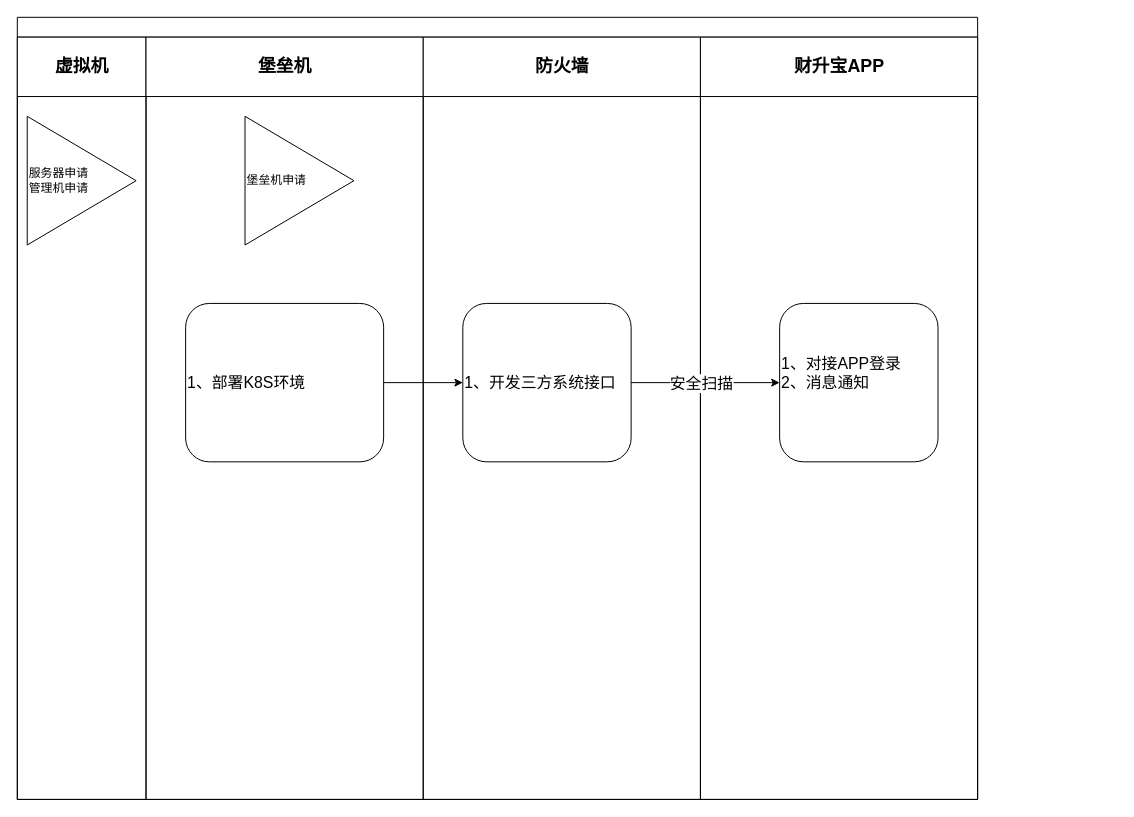
Before: 未命名绘图.drawio in sunpeiyu/testsunpy, a draw.io diagram. Source tidied: cells renumbered, new cells numbered last; positions are measured from the earlier drawing's top-left corner, leaving out a move shared by most shapes. Both pictures are drawn from the tidied source at 99%, with x=0, y=0 at pixel (17, 17).
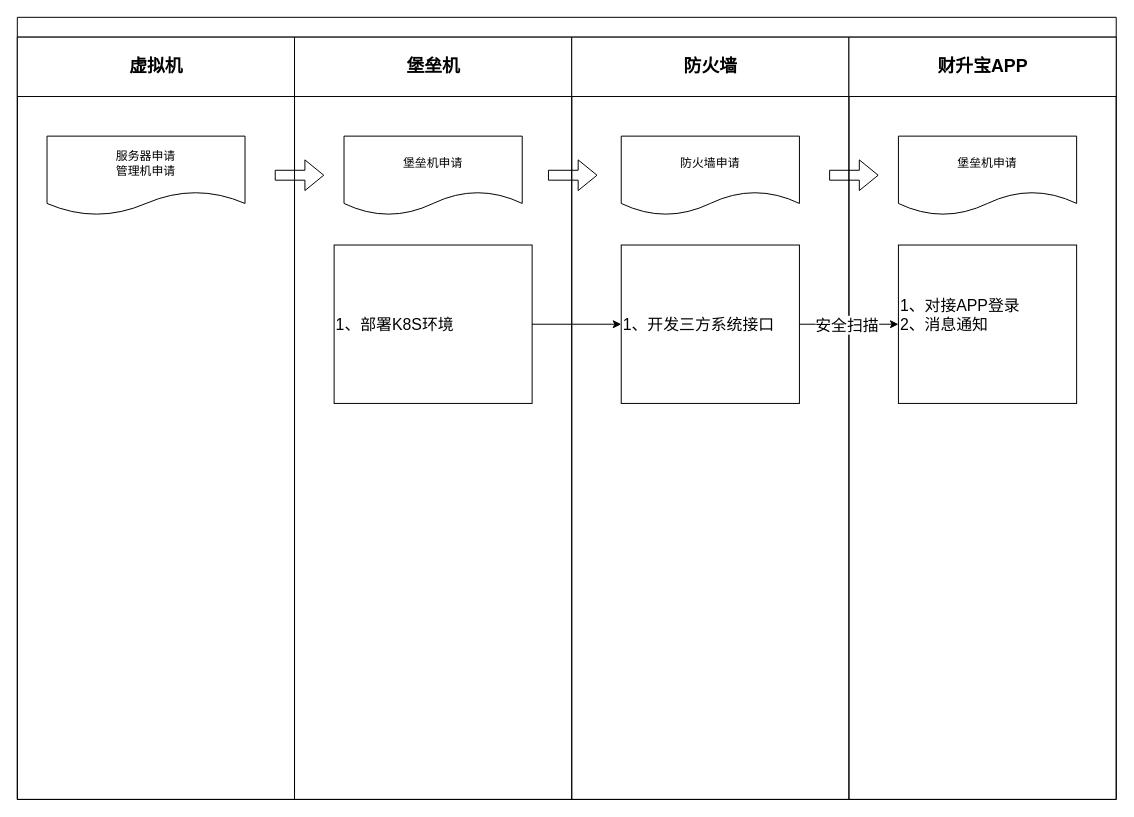
Above is the later version.

Commit message (it also covers changes not shown here):
更新未命名绘图.drawio

The change refers to these unchanged cells:
```xml
<mxCell id="13" style="edgeStyle=orthogonalEdgeStyle;rounded=0;jettySize=auto;html=1;" parent="2" edge="1" source="9" target="11">
  <mxGeometry relative="1" as="geometry" />
</mxCell>
```

Diff of the diagram source:
```diff
@@
     <mxCell id="2" style="swimlane;html=1;startSize=20;rounded=0;shadow=0;labelBackgroundColor=none;strokeWidth=1;fontFamily=Verdana;fontSize=8;align=center;" parent="1" vertex="1">
-      <mxGeometry width="970" height="790" as="geometry" />
+      <mxGeometry width="1110" height="790" as="geometry" />
     </mxCell>
     <mxCell id="3" value="&lt;font style=&quot;font-size: 18px;&quot;&gt;虚拟机&lt;/font&gt;" style="swimlane;html=1;startSize=60;" parent="2" vertex="1">
-      <mxGeometry y="20" width="130" height="770" as="geometry" />
+      <mxGeometry y="20" width="280" height="770" as="geometry" />
     </mxCell>
-    <mxCell id="4" value="服务器申请&lt;br&gt;管理机申请" style="triangle;whiteSpace=wrap;html=1;align=left;" parent="3" vertex="1">
-      <mxGeometry x="10" y="80" width="110" height="130" as="geometry" />
+    <mxCell id="4" value="&lt;span style=&quot;text-align: left;&quot;&gt;服务器申请&lt;/span&gt;&lt;br style=&quot;text-align: left;&quot;&gt;&lt;span style=&quot;text-align: left;&quot;&gt;管理机申请&lt;/span&gt;" style="shape=document;whiteSpace=wrap;html=1;boundedLbl=1;" parent="3" vertex="1">
+      <mxGeometry x="30" y="100" width="200" height="80" as="geometry" />
     </mxCell>
     <mxCell id="5" value="&lt;font style=&quot;font-size: 18px;&quot;&gt;堡垒机&lt;/font&gt;" style="swimlane;html=1;startSize=60;" parent="2" vertex="1">
-      <mxGeometry x="130" y="20" width="280" height="770" as="geometry" />
+      <mxGeometry x="280" y="20" width="280" height="770" as="geometry" />
     </mxCell>
-    <mxCell id="6" value="&lt;font style=&quot;font-size: 16px;&quot;&gt;1、部署K8S环境&lt;/font&gt;" style="rounded=1;whiteSpace=wrap;html=1;align=left;" parent="5" vertex="1">
-      <mxGeometry x="40" y="269" width="200" height="160" as="geometry" />
+    <mxCell id="6" value="&lt;font style=&quot;font-size: 16px;&quot;&gt;1、部署K8S环境&lt;/font&gt;" style="rounded=0;whiteSpace=wrap;html=1;align=left;" parent="5" vertex="1">
+      <mxGeometry x="40" y="210" width="200" height="160" as="geometry" />
     </mxCell>
-    <mxCell id="7" value="堡垒机申请" style="triangle;whiteSpace=wrap;html=1;align=left;" parent="5" vertex="1">
-      <mxGeometry x="100" y="80" width="110" height="130" as="geometry" />
-    </mxCell>
+    <mxCell id="15" value="&lt;span style=&quot;text-align: left;&quot;&gt;堡垒机申请&lt;/span&gt;" style="shape=document;whiteSpace=wrap;html=1;boundedLbl=1;" parent="5" vertex="1">
+      <mxGeometry x="50" y="100" width="180" height="80" as="geometry" />
+    </mxCell>
+    <mxCell id="16" style="shape=flexArrow;endArrow=classic;html=1;rounded=0;exitX=1;exitY=0.5;exitDx=0;exitDy=0;" parent="5" edge="1">
+      <mxGeometry relative="1" as="geometry">
+        <mxPoint x="-20" y="139.5" as="sourcePoint" />
+        <mxPoint x="30" y="139.5" as="targetPoint" />
+      </mxGeometry>
+    </mxCell>
     <mxCell id="8" value="&lt;font style=&quot;font-size: 18px;&quot;&gt;防火墙&lt;/font&gt;" style="swimlane;html=1;startSize=60;" parent="2" vertex="1">
-      <mxGeometry x="410" y="20" width="280" height="770" as="geometry" />
+      <mxGeometry x="560" y="20" width="280" height="770" as="geometry" />
     </mxCell>
-    <mxCell id="9" value="&lt;font style=&quot;font-size: 16px;&quot;&gt;1、开发三方系统接口&lt;/font&gt;" style="whiteSpace=wrap;html=1;rounded=1;align=left;" parent="8" vertex="1">
-      <mxGeometry x="40" y="269" width="170" height="160" as="geometry" />
+    <mxCell id="9" value="&lt;font style=&quot;font-size: 16px;&quot;&gt;1、开发三方系统接口&lt;/font&gt;" style="whiteSpace=wrap;html=1;rounded=0;align=left;" parent="8" vertex="1">
+      <mxGeometry x="50" y="210" width="180" height="160" as="geometry" />
     </mxCell>
+    <mxCell id="17" value="&lt;span style=&quot;text-align: left;&quot;&gt;防火墙申请&lt;/span&gt;" style="shape=document;whiteSpace=wrap;html=1;boundedLbl=1;" parent="8" vertex="1">
+      <mxGeometry x="50" y="100" width="180" height="80" as="geometry" />
+    </mxCell>
+    <mxCell id="18" style="shape=flexArrow;endArrow=classic;html=1;rounded=0;exitX=1;exitY=0.5;exitDx=0;exitDy=0;" parent="8" edge="1">
+      <mxGeometry relative="1" as="geometry">
+        <mxPoint x="-24" y="139.5" as="sourcePoint" />
+        <mxPoint x="26" y="139.5" as="targetPoint" />
+      </mxGeometry>
+    </mxCell>
     <mxCell id="10" value="&lt;font style=&quot;font-size: 18px;&quot;&gt;财升宝APP&lt;/font&gt;" style="swimlane;html=1;startSize=60;" parent="2" vertex="1">
-      <mxGeometry x="690" y="20" width="280" height="770" as="geometry" />
+      <mxGeometry x="840" y="20" width="270" height="770" as="geometry" />
     </mxCell>
-    <mxCell id="11" value="&lt;font style=&quot;font-size: 16px;&quot;&gt;1、对接APP登录&lt;/font&gt;&lt;div style=&quot;font-size: 16px;&quot;&gt;&lt;font style=&quot;font-size: 16px;&quot;&gt;2、消息通知&lt;/font&gt;&lt;/div&gt;&lt;div style=&quot;font-size: 16px;&quot;&gt;&lt;br&gt;&lt;/div&gt;" style="whiteSpace=wrap;html=1;rounded=1;align=left;" parent="10" vertex="1">
-      <mxGeometry x="80" y="269" width="160" height="160" as="geometry" />
+    <mxCell id="11" value="&lt;font style=&quot;font-size: 16px;&quot;&gt;1、对接APP登录&lt;/font&gt;&lt;div style=&quot;font-size: 16px;&quot;&gt;&lt;font style=&quot;font-size: 16px;&quot;&gt;2、消息通知&lt;/font&gt;&lt;/div&gt;&lt;div style=&quot;font-size: 16px;&quot;&gt;&lt;br&gt;&lt;/div&gt;" style="whiteSpace=wrap;html=1;rounded=0;align=left;" parent="10" vertex="1">
+      <mxGeometry x="50" y="210" width="180" height="160" as="geometry" />
     </mxCell>
+    <mxCell id="19" style="shape=flexArrow;endArrow=classic;html=1;rounded=0;exitX=1;exitY=0.5;exitDx=0;exitDy=0;" parent="10" edge="1">
+      <mxGeometry relative="1" as="geometry">
+        <mxPoint x="-20" y="139.5" as="sourcePoint" />
+        <mxPoint x="30" y="139.5" as="targetPoint" />
+      </mxGeometry>
+    </mxCell>
+    <mxCell id="20" value="&lt;span style=&quot;text-align: left;&quot;&gt;堡垒机申请&lt;/span&gt;" style="shape=document;whiteSpace=wrap;html=1;boundedLbl=1;" parent="10" vertex="1">
+      <mxGeometry x="50" y="100" width="180" height="80" as="geometry" />
+    </mxCell>
@@
     <mxCell id="14" value="&lt;font style=&quot;font-size: 16px;&quot;&gt;安全扫描&lt;/font&gt;" style="edgeLabel;html=1;align=center;verticalAlign=middle;" parent="13" vertex="1">
       <mxGeometry x="-0.33" y="2" relative="1" as="geometry">
-        <mxPoint x="20" y="2" as="offset" />
+        <mxPoint x="13" y="2" as="offset" />
       </mxGeometry>
     </mxCell>
```
